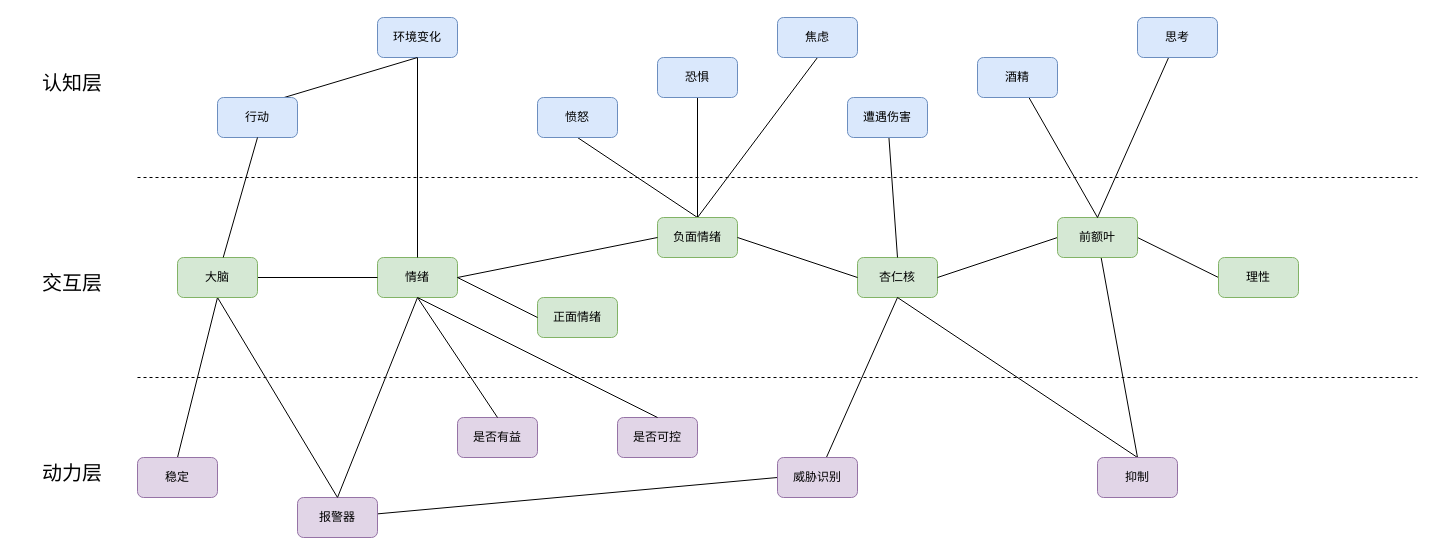
The draw.io diagram 掌控情绪-认知三层模型.drawio in youyusan/open_mind, before the edit. Source tidied: cells renumbered, new cells numbered last; positions are measured from the earlier drawing's top-left corner, leaving out a move shared by most shapes. Both pictures are drawn from the tidied source at 100%, with x=0, y=0 at pixel (17, 17).
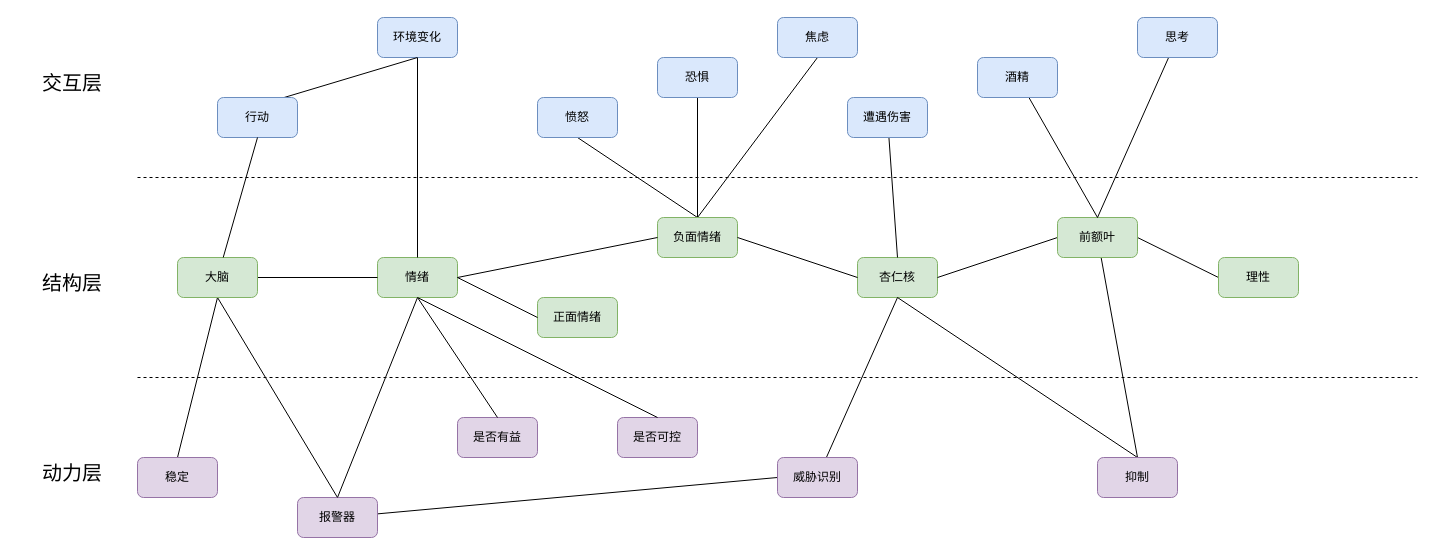
Above is the later version.

Commit message:
更新掌控情绪-认知三层模型.drawio

Change to the diagram source:
```diff
@@
-    <mxCell id="4" value="认知层" style="text;html=1;strokeColor=none;fillColor=none;align=center;verticalAlign=middle;whiteSpace=wrap;rounded=0;fontSize=20;" parent="1" vertex="1">
+    <mxCell id="4" value="交互层" style="text;html=1;strokeColor=none;fillColor=none;align=center;verticalAlign=middle;whiteSpace=wrap;rounded=0;fontSize=20;" parent="1" vertex="1">
       <mxGeometry y="50" width="110" height="30" as="geometry" />
     </mxCell>
-    <mxCell id="5" value="交互层" style="text;html=1;strokeColor=none;fillColor=none;align=center;verticalAlign=middle;whiteSpace=wrap;rounded=0;fontSize=20;" parent="1" vertex="1">
+    <mxCell id="5" value="结构层" style="text;html=1;strokeColor=none;fillColor=none;align=center;verticalAlign=middle;whiteSpace=wrap;rounded=0;fontSize=20;" parent="1" vertex="1">
       <mxGeometry y="250" width="110" height="30" as="geometry" />
     </mxCell>
```
